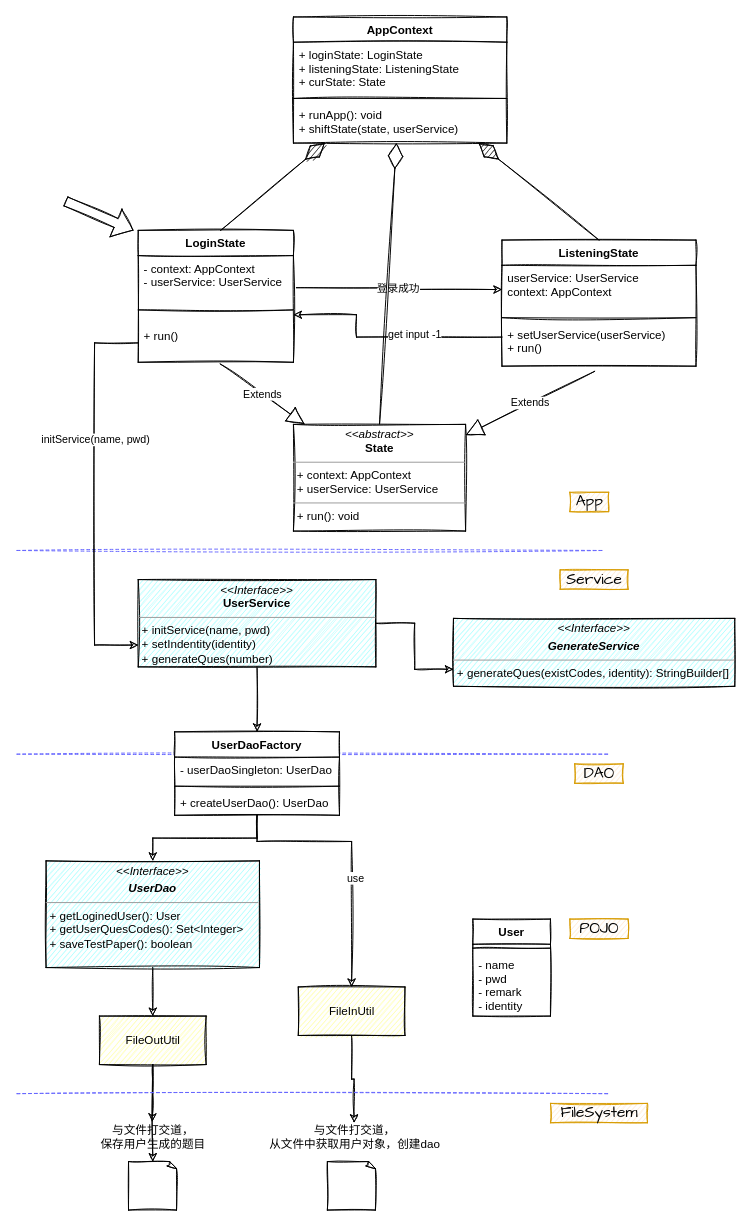
bankarian/pics keeps this draw.io diagram as Untitled Diagram.drawio. Above is the earlier version. Source tidied: cells renumbered, new cells numbered last; positions are measured from the earlier drawing's top-left corner, leaving out a move shared by most shapes. Both pictures are drawn from the tidied source at 97%, with x=0, y=0 at pixel (16, 16).
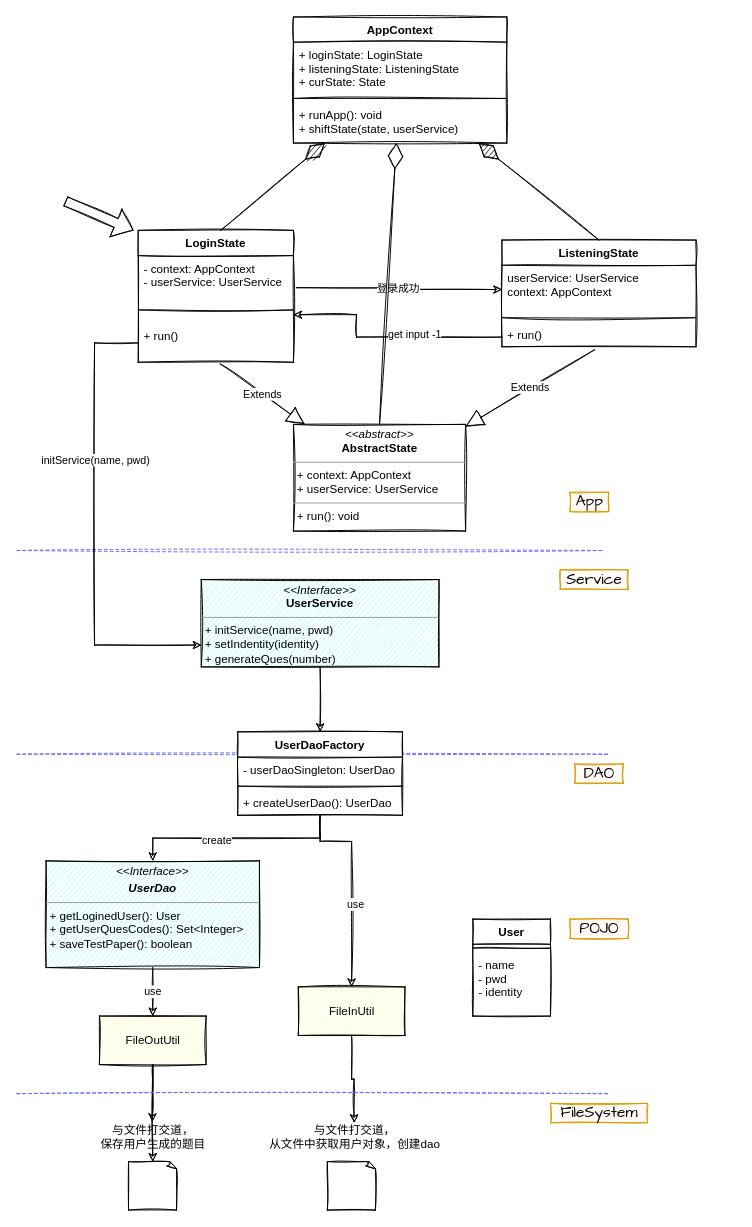
After the change.

Unchanged cells that the change refers to:
```xml
<mxCell id="12" value="&lt;p style=&quot;margin: 0px ; margin-top: 4px ; text-align: center&quot;&gt;&lt;i&gt;&amp;lt;&amp;lt;Interface&amp;gt;&amp;gt;&lt;/i&gt;&lt;br&gt;&lt;/p&gt;&lt;p style=&quot;margin: 0px ; margin-top: 4px ; text-align: center&quot;&gt;&lt;i&gt;&lt;b&gt;UserDao&lt;/b&gt;&lt;/i&gt;&lt;/p&gt;&lt;hr size=&quot;1&quot;&gt;&lt;p style=&quot;margin: 0px ; margin-left: 4px&quot;&gt;&lt;span&gt;+ getLoginedUser(): User&lt;/span&gt;&lt;br&gt;&lt;/p&gt;&lt;p style=&quot;margin: 0px ; margin-left: 4px&quot;&gt;+ getUserQuesCodes(): Set&amp;lt;Integer&amp;gt;&lt;/p&gt;&lt;p style=&quot;margin: 0px ; margin-left: 4px&quot;&gt;+ saveTestPaper(): boolean&lt;/p&gt;&lt;p style=&quot;margin: 0px ; margin-left: 4px&quot;&gt;&lt;br&gt;&lt;/p&gt;" style="verticalAlign=top;align=left;overflow=fill;fontSize=12;fontFamily=Helvetica;html=1;sketch=1;fillColor=#99FFFF;" parent="1" vertex="1">
  <mxGeometry x="30" y="870" width="220" height="110" as="geometry" />
</mxCell>
<mxCell id="35" style="edgeStyle=orthogonalEdgeStyle;rounded=0;jettySize=auto;html=1;sketch=1;" parent="1" edge="1" source="54" target="12">
  <mxGeometry relative="1" as="geometry" />
</mxCell>
<mxCell id="43" value="FileInUtil" style="html=1;sketch=1;fillColor=#FFFF99;" parent="1" vertex="1">
  <mxGeometry x="290" y="1000" width="110" height="50" as="geometry" />
</mxCell>
<mxCell id="46" value="FileOutUtil" style="html=1;sketch=1;fillColor=#FFFF99;" parent="1" vertex="1">
  <mxGeometry x="85" y="1030" width="110" height="50" as="geometry" />
</mxCell>
<mxCell id="47" value="User" style="swimlane;fontStyle=1;align=center;verticalAlign=top;horizontal=1;startSize=26;sketch=1;" parent="1" vertex="1">
  <mxGeometry x="470" y="930" width="80" height="100" as="geometry" />
</mxCell>
```

The edit, as a diff of the source:
```diff
@@
-    <mxCell id="11" style="edgeStyle=orthogonalEdgeStyle;rounded=0;sketch=1;jettySize=auto;html=1;strokeColor=#000000;" parent="1" edge="1" source="12" target="46">
+    <mxCell id="11" value="use" style="edgeStyle=orthogonalEdgeStyle;rounded=0;sketch=1;jettySize=auto;html=1;strokeColor=#000000;" parent="1" edge="1" source="12" target="46">
       <mxGeometry relative="1" as="geometry" />
     </mxCell>
@@
-    <mxCell id="15" style="edgeStyle=orthogonalEdgeStyle;rounded=0;sketch=1;jettySize=auto;html=1;entryX=0;entryY=0.75;entryDx=0;entryDy=0;strokeColor=#000000;" parent="1" edge="1" source="16" target="58">
-      <mxGeometry relative="1" as="geometry" />
-    </mxCell>
     <mxCell id="16" value="&lt;p style=&quot;margin: 0px ; margin-top: 4px ; text-align: center&quot;&gt;&lt;i&gt;&amp;lt;&amp;lt;Interface&amp;gt;&amp;gt;&lt;/i&gt;&lt;br&gt;&lt;b&gt;UserService&lt;/b&gt;&lt;/p&gt;&lt;hr size=&quot;1&quot;&gt;&lt;p style=&quot;margin: 0px ; margin-left: 4px&quot;&gt;+ initService(name, pwd)&lt;/p&gt;&lt;p style=&quot;margin: 0px ; margin-left: 4px&quot;&gt;+ setIndentity(identity)&lt;/p&gt;&lt;p style=&quot;margin: 0px ; margin-left: 4px&quot;&gt;+ generateQues(number)&lt;/p&gt;" style="verticalAlign=top;align=left;overflow=fill;fontSize=12;fontFamily=Helvetica;html=1;sketch=1;fillColor=#99FFFF;" parent="1" vertex="1">
-      <mxGeometry x="125" y="580" width="245" height="90" as="geometry" />
+      <mxGeometry x="190" y="580" width="245" height="90" as="geometry" />
     </mxCell>
@@
     <mxCell id="28" value="ListeningState" style="swimlane;fontStyle=1;align=center;verticalAlign=top;horizontal=1;startSize=26;sketch=1;" parent="1" vertex="1">
-      <mxGeometry x="500" y="230" width="200" height="130" as="geometry" />
+      <mxGeometry x="500" y="230" width="200" height="110" as="geometry" />
     </mxCell>
@@
-    <mxCell id="32" value="+ setUserService(userService)&#10;+ run()" style="text;strokeColor=none;fillColor=none;align=left;verticalAlign=top;spacingLeft=4;spacingRight=4;overflow=hidden;points=[[0,0.5],[1,0.5]];portConstraint=eastwest;sketch=1;" parent="28" vertex="1">
-      <mxGeometry y="84" width="200" height="46" as="geometry" />
+    <mxCell id="32" value="+ run()" style="text;strokeColor=none;fillColor=none;align=left;verticalAlign=top;spacingLeft=4;spacingRight=4;overflow=hidden;points=[[0,0.5],[1,0.5]];portConstraint=eastwest;sketch=1;" parent="28" vertex="1">
+      <mxGeometry y="84" width="200" height="26" as="geometry" />
     </mxCell>
@@
+    <mxCell id="60" value="create" style="edgeLabel;html=1;align=center;verticalAlign=middle;" parent="35" vertex="1">
+      <mxGeometry x="0.19" y="2" relative="1" as="geometry" />
+    </mxCell>
     <mxCell id="36" style="edgeStyle=orthogonalEdgeStyle;rounded=0;sketch=1;jettySize=auto;html=1;strokeColor=#000000;" parent="1" edge="1" source="54" target="43">
       <mxGeometry relative="1" as="geometry">
         <Array as="points">
-          <mxPoint x="248" y="850" />
+          <mxPoint x="313" y="850" />
           <mxPoint x="345" y="850" />
         </Array>
       </mxGeometry>
     </mxCell>
@@
-    <mxCell id="49" value="- name&#10;- pwd&#10;- remark&#10;- identity" style="text;strokeColor=none;fillColor=none;align=left;verticalAlign=top;spacingLeft=4;spacingRight=4;overflow=hidden;sketch=1;" parent="47" vertex="1">
+    <mxCell id="49" value="- name&#10;- pwd&#10;- identity" style="text;strokeColor=none;fillColor=none;align=left;verticalAlign=top;spacingLeft=4;spacingRight=4;overflow=hidden;sketch=1;" parent="47" vertex="1">
       <mxGeometry y="34" width="80" height="66" as="geometry" />
     </mxCell>
@@
+    <mxCell id="59" value="&lt;p style=&quot;margin: 0px ; margin-top: 4px ; text-align: center&quot;&gt;&lt;i&gt;&amp;lt;&amp;lt;abstract&amp;gt;&amp;gt;&lt;/i&gt;&lt;br&gt;&lt;b&gt;AbstractState&lt;/b&gt;&lt;/p&gt;&lt;hr size=&quot;1&quot;&gt;&lt;p style=&quot;margin: 0px ; margin-left: 4px&quot;&gt;+ context: AppContext&lt;br&gt;+ userService: UserService&lt;/p&gt;&lt;hr size=&quot;1&quot;&gt;&lt;p style=&quot;margin: 0px ; margin-left: 4px&quot;&gt;+ run(): void&lt;/p&gt;" style="verticalAlign=top;align=left;overflow=fill;fontSize=12;fontFamily=Helvetica;html=1;sketch=1;fillColor=#FFFFFF;" parent="1" vertex="1">
+      <mxGeometry x="285" y="420" width="177.5" height="110" as="geometry" />
+    </mxCell>
     <mxCell id="54" value="UserDaoFactory" style="swimlane;fontStyle=1;align=center;verticalAlign=top;horizontal=1;startSize=26;sketch=1;" parent="1" vertex="1">
-      <mxGeometry x="162.5" y="737" width="170" height="86" as="geometry" />
+      <mxGeometry x="227.5" y="737" width="170" height="86" as="geometry" />
     </mxCell>
@@
-    <mxCell id="58" value="&lt;p style=&quot;margin: 0px ; margin-top: 4px ; text-align: center&quot;&gt;&lt;i&gt;&amp;lt;&amp;lt;Interface&amp;gt;&amp;gt;&lt;/i&gt;&lt;br&gt;&lt;/p&gt;&lt;p style=&quot;margin: 0px ; margin-top: 4px ; text-align: center&quot;&gt;&lt;i&gt;&lt;b&gt;GenerateService&lt;/b&gt;&lt;/i&gt;&lt;/p&gt;&lt;hr size=&quot;1&quot;&gt;&lt;p style=&quot;margin: 0px ; margin-left: 4px&quot;&gt;+ generateQues(existCodes, identity): StringBuilder[]&lt;/p&gt;&lt;p style=&quot;margin: 0px ; margin-left: 4px&quot;&gt;&lt;br&gt;&lt;/p&gt;" style="verticalAlign=top;align=left;overflow=fill;fontSize=12;fontFamily=Helvetica;html=1;sketch=1;fillColor=#99FFFF;" parent="1" vertex="1">
-      <mxGeometry x="450" y="620" width="290" height="70" as="geometry" />
-    </mxCell>
-    <mxCell id="59" value="&lt;p style=&quot;margin: 0px ; margin-top: 4px ; text-align: center&quot;&gt;&lt;i&gt;&amp;lt;&amp;lt;abstract&amp;gt;&amp;gt;&lt;/i&gt;&lt;br&gt;&lt;b&gt;State&lt;/b&gt;&lt;/p&gt;&lt;hr size=&quot;1&quot;&gt;&lt;p style=&quot;margin: 0px ; margin-left: 4px&quot;&gt;+ context: AppContext&lt;br&gt;+ userService: UserService&lt;/p&gt;&lt;hr size=&quot;1&quot;&gt;&lt;p style=&quot;margin: 0px ; margin-left: 4px&quot;&gt;+ run(): void&lt;/p&gt;" style="verticalAlign=top;align=left;overflow=fill;fontSize=12;fontFamily=Helvetica;html=1;sketch=1;fillColor=#FFFFFF;" parent="1" vertex="1">
-      <mxGeometry x="285" y="420" width="177.5" height="110" as="geometry" />
-    </mxCell>
```
